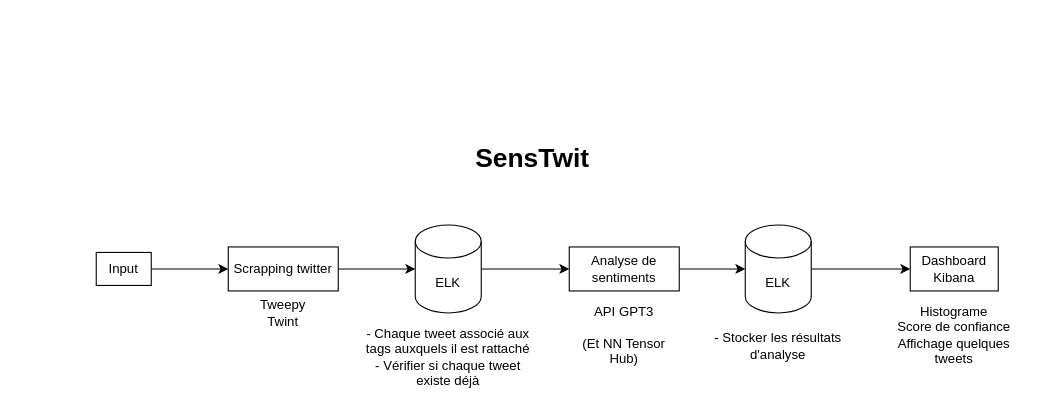
This is Untitled Diagram.drawio from hug0prevoteau/SWeng, a draw.io file, before an edit. Source tidied: cells renumbered, new cells numbered last; positions are measured from the earlier drawing's top-left corner, leaving out a move shared by most shapes. Both pictures are drawn from the tidied source at 110%, with x=0, y=0 at pixel (96, 136). Pictures stored in the file or linked from it are replaced by grey dashed boxes.
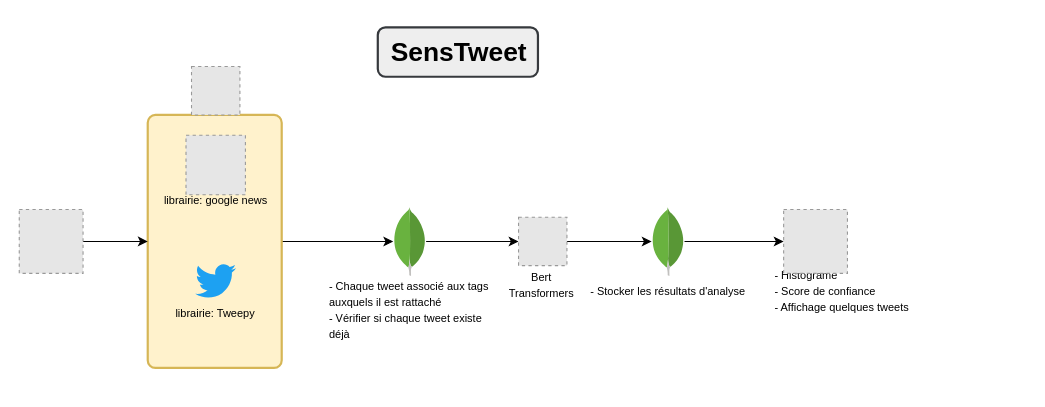
The same diagram, later.

Change to the diagram source:
```diff
@@
-    <mxCell id="2" style="edgeStyle=orthogonalEdgeStyle;rounded=0;jettySize=auto;html=1;exitX=1;exitY=0.5;exitDx=0;exitDy=0;exitPerimeter=0;entryX=0;entryY=0.5;entryDx=0;entryDy=0;" parent="1" edge="1" source="3" target="10">
-      <mxGeometry relative="1" as="geometry" />
-    </mxCell>
-    <mxCell id="3" value="ELK" style="shape=cylinder3;whiteSpace=wrap;html=1;boundedLbl=1;backgroundOutline=1;size=15;" parent="1" vertex="1">
-      <mxGeometry x="290" y="80" width="60" height="80" as="geometry" />
-    </mxCell>
+    <mxCell id="19" style="rounded=1;whiteSpace=wrap;html=1;absoluteArcSize=1;arcSize=14;strokeWidth=2;fillColor=#eeeeee;strokeColor=#36393d;rotation=-90;" parent="1" vertex="1">
+      <mxGeometry x="306.3" y="-150" width="44.9" height="145.6" as="geometry" />
+    </mxCell>
+    <mxCell id="20" style="edgeStyle=orthogonalEdgeStyle;rounded=0;jettySize=auto;html=1;" parent="1" edge="1" source="21" target="26">
+      <mxGeometry relative="1" as="geometry" />
+    </mxCell>
+    <mxCell id="21" style="rounded=1;whiteSpace=wrap;html=1;absoluteArcSize=1;arcSize=14;strokeWidth=2;fillColor=#fff2cc;strokeColor=#d6b656;" parent="1" vertex="1">
+      <mxGeometry x="46.8" y="-20" width="121.8" height="230" as="geometry" />
+    </mxCell>
-    <mxCell id="4" value="- Chaque tweet associé aux tags auxquels il est rattaché&lt;br&gt;- Vérifier si chaque tweet existe déjà" style="text;html=1;strokeColor=none;fillColor=none;align=center;verticalAlign=middle;whiteSpace=wrap;rounded=0;" parent="1" vertex="1">
-      <mxGeometry x="240" y="190" width="160" height="20" as="geometry" />
+    <mxCell id="4" value="&lt;font style=&quot;font-size: 10px&quot;&gt;- Chaque tweet associé aux tags auxquels il est rattaché&lt;br&gt;- Vérifier si chaque tweet existe déjà&lt;/font&gt;" style="text;html=1;strokeColor=none;fillColor=none;align=left;verticalAlign=middle;whiteSpace=wrap;rounded=0;" parent="1" vertex="1">
+      <mxGeometry x="210" y="147.2" width="160" height="20" as="geometry" />
     </mxCell>
-    <mxCell id="5" style="edgeStyle=orthogonalEdgeStyle;rounded=0;jettySize=auto;html=1;exitX=1;exitY=0.5;exitDx=0;exitDy=0;entryX=0;entryY=0.5;entryDx=0;entryDy=0;" parent="1" edge="1" source="6" target="8">
-      <mxGeometry relative="1" as="geometry" />
-    </mxCell>
-    <mxCell id="6" value="Input" style="rounded=0;whiteSpace=wrap;html=1;" parent="1" vertex="1">
-      <mxGeometry y="105" width="50" height="30" as="geometry" />
-    </mxCell>
-    <mxCell id="7" style="edgeStyle=orthogonalEdgeStyle;rounded=0;jettySize=auto;html=1;" parent="1" edge="1" source="8" target="3">
-      <mxGeometry relative="1" as="geometry" />
-    </mxCell>
-    <mxCell id="8" value="Scrapping twitter" style="rounded=0;whiteSpace=wrap;html=1;" parent="1" vertex="1">
-      <mxGeometry x="120" y="100" width="100" height="40" as="geometry" />
-    </mxCell>
-    <mxCell id="9" style="edgeStyle=orthogonalEdgeStyle;rounded=0;jettySize=auto;html=1;" parent="1" edge="1" source="10" target="12">
-      <mxGeometry relative="1" as="geometry" />
-    </mxCell>
-    <mxCell id="10" value="Analyse de sentiments" style="rounded=0;whiteSpace=wrap;html=1;" parent="1" vertex="1">
-      <mxGeometry x="430" y="100" width="100" height="40" as="geometry" />
-    </mxCell>
-    <mxCell id="11" style="edgeStyle=orthogonalEdgeStyle;rounded=0;jettySize=auto;html=1;exitX=1;exitY=0.5;exitDx=0;exitDy=0;exitPerimeter=0;entryX=0;entryY=0.5;entryDx=0;entryDy=0;" parent="1" edge="1" source="12" target="14">
-      <mxGeometry relative="1" as="geometry" />
-    </mxCell>
-    <mxCell id="12" value="ELK" style="shape=cylinder3;whiteSpace=wrap;html=1;boundedLbl=1;backgroundOutline=1;size=15;" parent="1" vertex="1">
-      <mxGeometry x="590" y="80" width="60" height="80" as="geometry" />
-    </mxCell>
-    <mxCell id="13" value="- Stocker les résultats d'analyse" style="text;html=1;strokeColor=none;fillColor=none;align=center;verticalAlign=middle;whiteSpace=wrap;rounded=0;" parent="1" vertex="1">
-      <mxGeometry x="540" y="180" width="160" height="20" as="geometry" />
+    <mxCell id="13" value="&lt;font style=&quot;font-size: 10px&quot;&gt;- Stocker les résultats d'analyse&lt;/font&gt;" style="text;html=1;strokeColor=none;fillColor=none;align=center;verticalAlign=middle;whiteSpace=wrap;rounded=0;" parent="1" vertex="1">
+      <mxGeometry x="439.9" y="130" width="160" height="20" as="geometry" />
     </mxCell>
-    <mxCell id="14" value="Dashboard Kibana" style="rounded=0;whiteSpace=wrap;html=1;" parent="1" vertex="1">
-      <mxGeometry x="740" y="100" width="80" height="40" as="geometry" />
-    </mxCell>
-    <mxCell id="15" value="Tweepy&lt;br&gt;Twint" style="text;html=1;strokeColor=none;fillColor=none;align=center;verticalAlign=middle;whiteSpace=wrap;rounded=0;" parent="1" vertex="1">
-      <mxGeometry x="130" y="150" width="80" height="20" as="geometry" />
+    <mxCell id="15" value="&lt;font style=&quot;font-size: 10px&quot;&gt;librairie: Tweepy&lt;/font&gt;" style="text;html=1;strokeColor=none;fillColor=none;align=center;verticalAlign=middle;whiteSpace=wrap;rounded=0;" parent="1" vertex="1">
+      <mxGeometry x="57.9" y="150" width="101.4" height="20" as="geometry" />
     </mxCell>
-    <mxCell id="16" value="API GPT3&lt;br&gt;&lt;br&gt;(Et NN Tensor Hub)" style="text;html=1;strokeColor=none;fillColor=none;align=center;verticalAlign=middle;whiteSpace=wrap;rounded=0;" parent="1" vertex="1">
-      <mxGeometry x="440" y="170" width="80" height="20" as="geometry" />
+    <mxCell id="16" value="&lt;font style=&quot;font-size: 10px&quot;&gt;Bert Transformers&lt;/font&gt;" style="text;html=1;strokeColor=none;fillColor=none;align=center;verticalAlign=middle;whiteSpace=wrap;rounded=0;" parent="1" vertex="1">
+      <mxGeometry x="364.9" y="124" width="80" height="20" as="geometry" />
     </mxCell>
-    <mxCell id="17" value="Histograme&lt;br&gt;Score de confiance&lt;br&gt;Affichage quelques tweets" style="text;html=1;strokeColor=none;fillColor=none;align=center;verticalAlign=middle;whiteSpace=wrap;rounded=0;" parent="1" vertex="1">
-      <mxGeometry x="715" y="170" width="130" height="20" as="geometry" />
+    <mxCell id="17" value="&lt;font style=&quot;font-size: 10px&quot;&gt;- Histograme&lt;br&gt;- Score de confiance&lt;br&gt;- Affichage quelques tweets&lt;/font&gt;" style="text;html=1;strokeColor=none;fillColor=none;align=left;verticalAlign=middle;whiteSpace=wrap;rounded=0;" parent="1" vertex="1">
+      <mxGeometry x="614.9" y="130" width="170" height="20" as="geometry" />
     </mxCell>
-    <mxCell id="18" value="&lt;h1&gt;SensTwit&lt;/h1&gt;&lt;p&gt;&lt;br&gt;&lt;/p&gt;" style="text;html=1;strokeColor=none;fillColor=none;spacing=5;spacingTop=-20;whiteSpace=wrap;overflow=hidden;rounded=0;" parent="1" vertex="1">
-      <mxGeometry x="340" width="116" height="40" as="geometry" />
+    <mxCell id="18" value="&lt;h1&gt;SensTweet&lt;/h1&gt;&lt;p&gt;&lt;br&gt;&lt;/p&gt;" style="text;html=1;fillColor=none;spacing=5;spacingTop=-20;whiteSpace=wrap;overflow=hidden;rounded=0;align=center;" parent="1" vertex="1">
+      <mxGeometry x="260" y="-97.2" width="140" height="40" as="geometry" />
     </mxCell>
+    <mxCell id="22" value="&lt;font style=&quot;font-size: 10px&quot;&gt;librairie: google news&lt;/font&gt;" style="text;html=1;strokeColor=none;fillColor=none;align=center;verticalAlign=middle;whiteSpace=wrap;rounded=0;" parent="1" vertex="1">
+      <mxGeometry x="48.6" y="46.8" width="120" height="20" as="geometry" />
+    </mxCell>
+    <mxCell id="23" style="fillColor=#E6E6E6;strokeColor=#999999;dashed=1;html=1;verticalAlign=top;verticalLabelPosition=bottom;labelBackgroundColor=#ffffff;" parent="1" vertex="1">
+      <mxGeometry x="81.6" y="-1.5" width="54" height="54" as="geometry" />
+    </mxCell>
+    <mxCell id="24" style="dashed=0;html=1;align=center;labelPosition=center;verticalLabelPosition=bottom;verticalAlign=top;shape=mxgraph.weblogos.twitter;fillColor=#1DA1F2;strokeColor=none;" parent="1" vertex="1">
+      <mxGeometry x="90" y="114.8" width="37.1" height="32.5" as="geometry" />
+    </mxCell>
+    <mxCell id="25" style="edgeStyle=orthogonalEdgeStyle;rounded=0;jettySize=auto;html=1;entryX=0;entryY=0.5;entryDx=0;entryDy=0;" parent="1" edge="1" source="26" target="34">
+      <mxGeometry relative="1" as="geometry" />
+    </mxCell>
+    <mxCell id="26" style="dashed=0;outlineConnect=0;html=1;align=center;labelPosition=center;verticalLabelPosition=bottom;verticalAlign=top;shape=mxgraph.weblogos.mongodb;" parent="1" vertex="1">
+      <mxGeometry x="270" y="63.8" width="29.9" height="62.5" as="geometry" />
+    </mxCell>
+    <mxCell id="27" style="edgeStyle=orthogonalEdgeStyle;rounded=0;jettySize=auto;html=1;" parent="1" edge="1" source="28" target="21">
+      <mxGeometry relative="1" as="geometry" />
+    </mxCell>
+    <mxCell id="28" style="fillColor=#E6E6E6;strokeColor=#999999;dashed=1;html=1;verticalAlign=top;verticalLabelPosition=bottom;labelBackgroundColor=#ffffff;" parent="1" vertex="1">
+      <mxGeometry x="-70" y="66" width="58" height="58" as="geometry" />
+    </mxCell>
+    <mxCell id="29" style="fillColor=#E6E6E6;strokeColor=#999999;dashed=1;html=1;verticalAlign=top;verticalLabelPosition=bottom;labelBackgroundColor=#ffffff;" parent="1" vertex="1">
+      <mxGeometry x="624.9" y="66" width="58" height="58" as="geometry" />
+    </mxCell>
+    <mxCell id="30" style="edgeStyle=orthogonalEdgeStyle;rounded=0;jettySize=auto;html=1;" parent="1" edge="1" source="31" target="29">
+      <mxGeometry relative="1" as="geometry" />
+    </mxCell>
+    <mxCell id="31" style="dashed=0;outlineConnect=0;html=1;align=center;labelPosition=center;verticalLabelPosition=bottom;verticalAlign=top;shape=mxgraph.weblogos.mongodb;" parent="1" vertex="1">
+      <mxGeometry x="504.9" y="63.8" width="29.9" height="62.5" as="geometry" />
+    </mxCell>
+    <mxCell id="32" style="fillColor=#E6E6E6;strokeColor=#999999;dashed=1;html=1;verticalAlign=top;verticalLabelPosition=bottom;labelBackgroundColor=#ffffff;" parent="1" vertex="1">
+      <mxGeometry x="86.6" y="-64" width="44" height="44" as="geometry" />
+    </mxCell>
+    <mxCell id="33" style="edgeStyle=orthogonalEdgeStyle;rounded=0;jettySize=auto;html=1;" parent="1" edge="1" source="34" target="31">
+      <mxGeometry relative="1" as="geometry" />
+    </mxCell>
+    <mxCell id="34" style="fillColor=#E6E6E6;strokeColor=#999999;dashed=1;html=1;verticalAlign=top;verticalLabelPosition=bottom;labelBackgroundColor=#ffffff;" parent="1" vertex="1">
+      <mxGeometry x="383.9" y="73" width="44" height="44" as="geometry" />
+    </mxCell>
```
